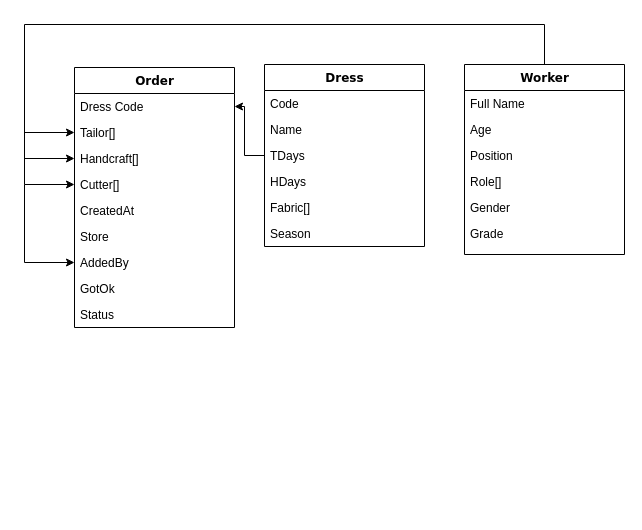
This is Untitled Diagram.drawio from ismayilov1995/drawio, a draw.io file, before an edit. Source tidied: cells renumbered, new cells numbered last; positions are measured from the earlier drawing's top-left corner, leaving out a move shared by most shapes. Both pictures are drawn from the tidied source at 100%, with x=0, y=0 at pixel (24, 24).
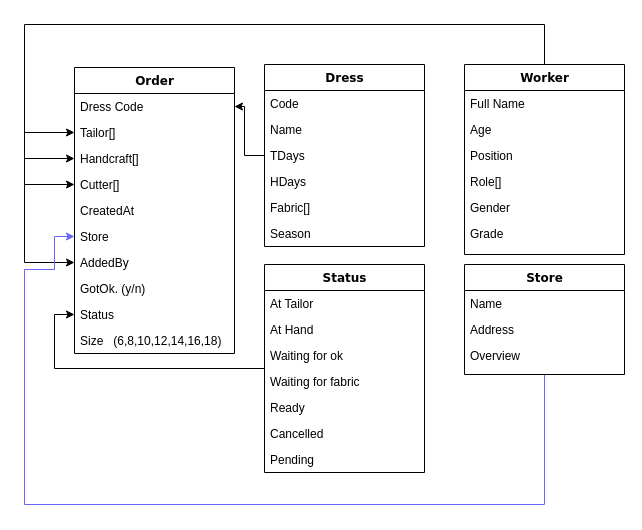
The same diagram, later.

The change refers to these unchanged cells:
```xml
<mxCell id="8" value="Store" style="text;html=1;strokeColor=none;fillColor=none;align=left;verticalAlign=top;spacingLeft=4;spacingRight=4;whiteSpace=wrap;overflow=hidden;points=[[0,0.5],[1,0.5]];portConstraint=eastwest;" parent="2" vertex="1">
  <mxGeometry y="156" width="160" height="26" as="geometry" />
</mxCell>
<mxCell id="11" value="Status" style="text;html=1;strokeColor=none;fillColor=none;align=left;verticalAlign=top;spacingLeft=4;spacingRight=4;whiteSpace=wrap;overflow=hidden;points=[[0,0.5],[1,0.5]];portConstraint=eastwest;" parent="2" vertex="1">
  <mxGeometry y="234" width="160" height="26" as="geometry" />
</mxCell>
```

The edit, as a diff of the source:
```diff
@@
     <mxCell id="2" value="Order" style="swimlane;html=1;fontStyle=1;align=center;verticalAlign=top;horizontal=1;startSize=26;swimlaneFillColor=#ffffff;rounded=0;shadow=0;comic=0;labelBackgroundColor=none;strokeWidth=1;fillColor=none;fontFamily=Verdana;fontSize=12;" parent="1" vertex="1">
-      <mxGeometry x="50" y="43" width="160" height="260" as="geometry" />
+      <mxGeometry x="50" y="43" width="160" height="286" as="geometry" />
     </mxCell>
@@
-    <mxCell id="10" value="GotOk" style="text;html=1;strokeColor=none;fillColor=none;align=left;verticalAlign=top;spacingLeft=4;spacingRight=4;whiteSpace=wrap;overflow=hidden;" parent="2" vertex="1">
+    <mxCell id="10" value="GotOk. (y/n)" style="text;html=1;strokeColor=none;fillColor=none;align=left;verticalAlign=top;spacingLeft=4;spacingRight=4;whiteSpace=wrap;overflow=hidden;" parent="2" vertex="1">
       <mxGeometry y="208" width="160" height="26" as="geometry" />
     </mxCell>
@@
+    <mxCell id="31" value="Size&lt;span style=&quot;white-space: pre&quot;&gt; &lt;/span&gt;&amp;nbsp; (6,8,10,12,14,16,18)" style="text;html=1;strokeColor=none;fillColor=none;align=left;verticalAlign=top;spacingLeft=4;spacingRight=4;whiteSpace=wrap;overflow=hidden;" parent="2" vertex="1">
+      <mxGeometry y="260" width="160" height="26" as="geometry" />
+    </mxCell>
@@
+    <mxCell id="32" style="edgeStyle=orthogonalEdgeStyle;rounded=0;jettySize=auto;html=1;entryX=0;entryY=0.5;entryDx=0;entryDy=0;" parent="1" edge="1" source="33" target="11">
+      <mxGeometry relative="1" as="geometry" />
+    </mxCell>
+    <mxCell id="33" value="Status" style="swimlane;html=1;fontStyle=1;align=center;verticalAlign=top;horizontal=1;startSize=26;swimlaneFillColor=#ffffff;rounded=0;shadow=0;comic=0;labelBackgroundColor=none;strokeWidth=1;fillColor=none;fontFamily=Verdana;fontSize=12;" parent="1" vertex="1">
+      <mxGeometry x="240" y="240" width="160" height="208" as="geometry" />
+    </mxCell>
+    <mxCell id="34" value="At Tailor" style="text;html=1;strokeColor=none;fillColor=none;align=left;verticalAlign=top;spacingLeft=4;spacingRight=4;whiteSpace=wrap;overflow=hidden;" parent="33" vertex="1">
+      <mxGeometry y="26" width="160" height="26" as="geometry" />
+    </mxCell>
+    <mxCell id="35" value="At Hand" style="text;html=1;strokeColor=none;fillColor=none;align=left;verticalAlign=top;spacingLeft=4;spacingRight=4;whiteSpace=wrap;overflow=hidden;" parent="33" vertex="1">
+      <mxGeometry y="52" width="160" height="26" as="geometry" />
+    </mxCell>
+    <mxCell id="36" value="Waiting for ok" style="text;html=1;strokeColor=none;fillColor=none;align=left;verticalAlign=top;spacingLeft=4;spacingRight=4;whiteSpace=wrap;overflow=hidden;" parent="33" vertex="1">
+      <mxGeometry y="78" width="160" height="26" as="geometry" />
+    </mxCell>
+    <mxCell id="37" value="Waiting for fabric" style="text;html=1;strokeColor=none;fillColor=none;align=left;verticalAlign=top;spacingLeft=4;spacingRight=4;whiteSpace=wrap;overflow=hidden;" parent="33" vertex="1">
+      <mxGeometry y="104" width="160" height="26" as="geometry" />
+    </mxCell>
+    <mxCell id="38" value="Ready" style="text;html=1;strokeColor=none;fillColor=none;align=left;verticalAlign=top;spacingLeft=4;spacingRight=4;whiteSpace=wrap;overflow=hidden;" parent="33" vertex="1">
+      <mxGeometry y="130" width="160" height="26" as="geometry" />
+    </mxCell>
+    <mxCell id="39" value="Cancelled" style="text;html=1;strokeColor=none;fillColor=none;align=left;verticalAlign=top;spacingLeft=4;spacingRight=4;whiteSpace=wrap;overflow=hidden;" parent="33" vertex="1">
+      <mxGeometry y="156" width="160" height="26" as="geometry" />
+    </mxCell>
+    <mxCell id="40" value="Pending" style="text;html=1;strokeColor=none;fillColor=none;align=left;verticalAlign=top;spacingLeft=4;spacingRight=4;whiteSpace=wrap;overflow=hidden;" parent="33" vertex="1">
+      <mxGeometry y="182" width="160" height="26" as="geometry" />
+    </mxCell>
+    <mxCell id="41" style="edgeStyle=orthogonalEdgeStyle;rounded=0;jettySize=auto;html=1;entryX=0;entryY=0.5;entryDx=0;entryDy=0;strokeColor=#6666FF;" parent="1" edge="1" source="42" target="8">
+      <mxGeometry relative="1" as="geometry">
+        <Array as="points">
+          <mxPoint x="520" y="480" />
+          <mxPoint y="480" />
+          <mxPoint y="245" />
+          <mxPoint x="30" y="245" />
+          <mxPoint x="30" y="212" />
+        </Array>
+      </mxGeometry>
+    </mxCell>
+    <mxCell id="42" value="Store" style="swimlane;html=1;fontStyle=1;align=center;verticalAlign=top;horizontal=1;startSize=26;swimlaneFillColor=#ffffff;rounded=0;shadow=0;comic=0;labelBackgroundColor=none;strokeWidth=1;fillColor=none;fontFamily=Verdana;fontSize=12;" parent="1" vertex="1">
+      <mxGeometry x="440" y="240" width="160" height="110" as="geometry" />
+    </mxCell>
+    <mxCell id="43" value="Name" style="text;html=1;strokeColor=none;fillColor=none;align=left;verticalAlign=top;spacingLeft=4;spacingRight=4;whiteSpace=wrap;overflow=hidden;" parent="42" vertex="1">
+      <mxGeometry y="26" width="160" height="26" as="geometry" />
+    </mxCell>
+    <mxCell id="44" value="Address" style="text;html=1;strokeColor=none;fillColor=none;align=left;verticalAlign=top;spacingLeft=4;spacingRight=4;whiteSpace=wrap;overflow=hidden;" parent="42" vertex="1">
+      <mxGeometry y="52" width="160" height="26" as="geometry" />
+    </mxCell>
+    <mxCell id="45" value="Overview" style="text;html=1;strokeColor=none;fillColor=none;align=left;verticalAlign=top;spacingLeft=4;spacingRight=4;whiteSpace=wrap;overflow=hidden;" parent="42" vertex="1">
+      <mxGeometry y="78" width="160" height="26" as="geometry" />
+    </mxCell>
```
